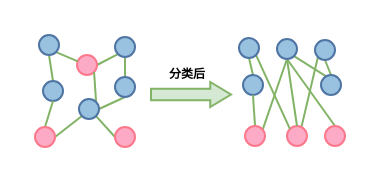
Before: 节点分类任务.drawio in zbyuser/-, a draw.io diagram. Source tidied: cells renumbered, new cells numbered last; positions are measured from the earlier drawing's top-left corner, leaving out a move shared by most shapes. Both pictures are drawn from the tidied source at 200%, with x=0, y=0 at pixel (34, 34).
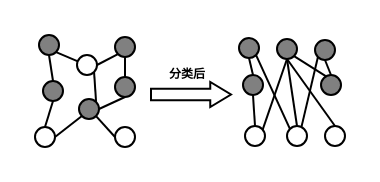
Above is the later version.

Commit message:
更新节点分类任务.drawio

The edit, as a diff of the source:
```diff
@@
-    <mxCell id="2" style="rounded=0;jettySize=auto;html=1;exitX=0.5;exitY=0;exitDx=0;exitDy=0;entryX=0.5;entryY=1;entryDx=0;entryDy=0;endArrow=none;startFill=0;strokeWidth=1;strokeColor=#82B366;" parent="1" edge="1" source="3" target="18">
+    <mxCell id="2" style="rounded=0;jettySize=auto;html=1;exitX=0.5;exitY=0;exitDx=0;exitDy=0;entryX=0.5;entryY=1;entryDx=0;entryDy=0;endArrow=none;startFill=0;strokeWidth=1;strokeColor=#000000;" parent="1" edge="1" source="3" target="18">
       <mxGeometry relative="1" as="geometry" />
     </mxCell>
-    <mxCell id="3" style="ellipse;whiteSpace=wrap;html=1;fillColor=#99C2E0;fontColor=#ffffff;strokeColor=#4F75A4;" parent="1" vertex="1">
+    <mxCell id="3" style="ellipse;whiteSpace=wrap;html=1;fillColor=#808080;fontColor=#ffffff;strokeColor=#000000;" parent="1" vertex="1">
       <mxGeometry x="4" y="23" width="10" height="10" as="geometry" />
     </mxCell>
-    <mxCell id="4" style="rounded=0;jettySize=auto;html=1;exitX=1;exitY=0.5;exitDx=0;exitDy=0;entryX=0;entryY=1;entryDx=0;entryDy=0;endArrow=none;startFill=0;strokeWidth=1;strokeColor=#82B366;" parent="1" edge="1" source="6" target="14">
+    <mxCell id="4" style="rounded=0;jettySize=auto;html=1;exitX=1;exitY=0.5;exitDx=0;exitDy=0;entryX=0;entryY=1;entryDx=0;entryDy=0;endArrow=none;startFill=0;strokeWidth=1;strokeColor=#000000;" parent="1" edge="1" source="6" target="14">
       <mxGeometry relative="1" as="geometry" />
     </mxCell>
-    <mxCell id="5" style="rounded=0;jettySize=auto;html=1;exitX=0.5;exitY=0;exitDx=0;exitDy=0;entryX=0.5;entryY=1;entryDx=0;entryDy=0;endArrow=none;startFill=0;strokeWidth=1;strokeColor=#82B366;" parent="1" edge="1" source="6" target="3">
+    <mxCell id="5" style="rounded=0;jettySize=auto;html=1;exitX=0.5;exitY=0;exitDx=0;exitDy=0;entryX=0.5;entryY=1;entryDx=0;entryDy=0;endArrow=none;startFill=0;strokeWidth=1;strokeColor=#000000;" parent="1" edge="1" source="6" target="3">
       <mxGeometry relative="1" as="geometry" />
     </mxCell>
-    <mxCell id="6" style="ellipse;whiteSpace=wrap;html=1;fillColor=#FCAAC5;fontColor=#ffffff;strokeColor=#FC798C;" parent="1" vertex="1">
+    <mxCell id="6" style="ellipse;whiteSpace=wrap;html=1;fillColor=#FFFFFF;fontColor=#ffffff;strokeColor=#000000;" parent="1" vertex="1">
       <mxGeometry y="46" width="10" height="10" as="geometry" />
     </mxCell>
-    <mxCell id="7" style="rounded=0;jettySize=auto;html=1;exitX=0;exitY=1;exitDx=0;exitDy=0;entryX=1;entryY=0.5;entryDx=0;entryDy=0;endArrow=none;startFill=0;strokeWidth=1;strokeColor=#82B366;" parent="1" edge="1" source="9" target="10">
+    <mxCell id="7" style="rounded=0;jettySize=auto;html=1;exitX=0;exitY=1;exitDx=0;exitDy=0;entryX=1;entryY=0.5;entryDx=0;entryDy=0;endArrow=none;startFill=0;strokeWidth=1;strokeColor=#000000;" parent="1" edge="1" source="9" target="10">
       <mxGeometry relative="1" as="geometry" />
     </mxCell>
-    <mxCell id="8" style="rounded=0;jettySize=auto;html=1;exitX=0.5;exitY=1;exitDx=0;exitDy=0;entryX=0.5;entryY=0;entryDx=0;entryDy=0;endArrow=none;startFill=0;strokeWidth=1;strokeColor=#82B366;" parent="1" edge="1" source="9" target="15">
+    <mxCell id="8" style="rounded=0;jettySize=auto;html=1;exitX=0.5;exitY=1;exitDx=0;exitDy=0;entryX=0.5;entryY=0;entryDx=0;entryDy=0;endArrow=none;startFill=0;strokeWidth=1;strokeColor=#000000;" parent="1" edge="1" source="9" target="15">
       <mxGeometry relative="1" as="geometry" />
     </mxCell>
-    <mxCell id="9" style="ellipse;whiteSpace=wrap;html=1;fillColor=#99C2E0;fontColor=#ffffff;strokeColor=#4F75A4;" parent="1" vertex="1">
+    <mxCell id="9" style="ellipse;whiteSpace=wrap;html=1;fillColor=#808080;fontColor=#ffffff;strokeColor=#000000;" parent="1" vertex="1">
       <mxGeometry x="40" y="1" width="10" height="10" as="geometry" />
     </mxCell>
-    <mxCell id="10" style="ellipse;whiteSpace=wrap;html=1;fillColor=#FCAAC5;fontColor=#ffffff;strokeColor=#FC798C;" parent="1" vertex="1">
+    <mxCell id="10" style="ellipse;whiteSpace=wrap;html=1;fillColor=#FFFFFF;fontColor=#ffffff;strokeColor=#000000;" parent="1" vertex="1">
       <mxGeometry x="21" y="10" width="10" height="10" as="geometry" />
     </mxCell>
-    <mxCell id="11" style="rounded=0;jettySize=auto;html=1;exitX=1;exitY=0;exitDx=0;exitDy=0;entryX=1;entryY=1;entryDx=0;entryDy=0;endArrow=none;startFill=0;strokeWidth=1;strokeColor=#82B366;" parent="1" edge="1" source="14" target="10">
+    <mxCell id="11" style="rounded=0;jettySize=auto;html=1;exitX=1;exitY=0;exitDx=0;exitDy=0;entryX=1;entryY=1;entryDx=0;entryDy=0;endArrow=none;startFill=0;strokeWidth=1;strokeColor=#000000;" parent="1" edge="1" source="14" target="10">
       <mxGeometry relative="1" as="geometry" />
     </mxCell>
-    <mxCell id="12" style="rounded=0;jettySize=auto;html=1;exitX=1;exitY=0.5;exitDx=0;exitDy=0;entryX=0.5;entryY=1;entryDx=0;entryDy=0;endArrow=none;startFill=0;strokeWidth=1;strokeColor=#82B366;" parent="1" edge="1" source="14" target="15">
+    <mxCell id="12" style="rounded=0;jettySize=auto;html=1;exitX=1;exitY=0.5;exitDx=0;exitDy=0;entryX=0.5;entryY=1;entryDx=0;entryDy=0;endArrow=none;startFill=0;strokeWidth=1;strokeColor=#000000;" parent="1" edge="1" source="14" target="15">
       <mxGeometry relative="1" as="geometry" />
     </mxCell>
-    <mxCell id="13" style="rounded=0;jettySize=auto;html=1;exitX=1;exitY=1;exitDx=0;exitDy=0;entryX=0;entryY=0.5;entryDx=0;entryDy=0;endArrow=none;startFill=0;strokeWidth=1;strokeColor=#82B366;" parent="1" edge="1" source="14" target="16">
+    <mxCell id="13" style="rounded=0;jettySize=auto;html=1;exitX=1;exitY=1;exitDx=0;exitDy=0;entryX=0;entryY=0.5;entryDx=0;entryDy=0;endArrow=none;startFill=0;strokeWidth=1;strokeColor=#000000;" parent="1" edge="1" source="14" target="16">
       <mxGeometry relative="1" as="geometry" />
     </mxCell>
-    <mxCell id="14" style="ellipse;whiteSpace=wrap;html=1;fillColor=#99C2E0;fontColor=#ffffff;strokeColor=#4F75A4;" parent="1" vertex="1">
+    <mxCell id="14" style="ellipse;whiteSpace=wrap;html=1;fillColor=#808080;fontColor=#ffffff;strokeColor=#000000;" parent="1" vertex="1">
       <mxGeometry x="22" y="32" width="10" height="10" as="geometry" />
     </mxCell>
-    <mxCell id="15" style="ellipse;whiteSpace=wrap;html=1;fillColor=#99C2E0;fontColor=#ffffff;strokeColor=#4F75A4;" parent="1" vertex="1">
+    <mxCell id="15" style="ellipse;whiteSpace=wrap;html=1;fillColor=#808080;fontColor=#ffffff;strokeColor=#000000;" parent="1" vertex="1">
       <mxGeometry x="40" y="21" width="10" height="10" as="geometry" />
     </mxCell>
-    <mxCell id="16" style="ellipse;whiteSpace=wrap;html=1;fillColor=#FCAAC5;fontColor=#ffffff;strokeColor=#FC798C;" parent="1" vertex="1">
+    <mxCell id="16" style="ellipse;whiteSpace=wrap;html=1;fillColor=#FFFFFF;fontColor=#ffffff;strokeColor=#000000;" parent="1" vertex="1">
       <mxGeometry x="40" y="46" width="10" height="10" as="geometry" />
     </mxCell>
-    <mxCell id="17" style="rounded=0;jettySize=auto;html=1;exitX=1;exitY=1;exitDx=0;exitDy=0;endArrow=none;startFill=0;strokeWidth=1;strokeColor=#82B366;entryX=0.045;entryY=0.32;entryDx=0;entryDy=0;entryPerimeter=0;" parent="1" edge="1" source="18" target="10">
+    <mxCell id="17" style="rounded=0;jettySize=auto;html=1;exitX=1;exitY=1;exitDx=0;exitDy=0;endArrow=none;startFill=0;strokeWidth=1;strokeColor=#000000;entryX=0.045;entryY=0.32;entryDx=0;entryDy=0;entryPerimeter=0;" parent="1" edge="1" source="18" target="10">
       <mxGeometry relative="1" as="geometry" />
     </mxCell>
-    <mxCell id="18" style="ellipse;whiteSpace=wrap;html=1;fillColor=#99C2E0;fontColor=#ffffff;strokeColor=#4F75A4;" parent="1" vertex="1">
+    <mxCell id="18" style="ellipse;whiteSpace=wrap;html=1;fillColor=#808080;fontColor=#ffffff;strokeColor=#000000;" parent="1" vertex="1">
       <mxGeometry x="2" width="10" height="10" as="geometry" />
     </mxCell>
-    <mxCell id="19" style="rounded=0;jettySize=auto;html=1;exitX=0.5;exitY=0;exitDx=0;exitDy=0;entryX=0.5;entryY=1;entryDx=0;entryDy=0;endArrow=none;startFill=0;strokeWidth=1;strokeColor=#82B366;" parent="1" edge="1" source="20" target="35">
+    <mxCell id="19" style="rounded=0;jettySize=auto;html=1;exitX=0.5;exitY=0;exitDx=0;exitDy=0;entryX=0.5;entryY=1;entryDx=0;entryDy=0;endArrow=none;startFill=0;strokeWidth=1;strokeColor=#000000;" parent="1" edge="1" source="20" target="35">
       <mxGeometry relative="1" as="geometry" />
     </mxCell>
-    <mxCell id="20" style="ellipse;whiteSpace=wrap;html=1;fillColor=#99C2E0;fontColor=#ffffff;strokeColor=#4F75A4;" parent="1" vertex="1">
+    <mxCell id="20" style="ellipse;whiteSpace=wrap;html=1;fillColor=#808080;fontColor=#ffffff;strokeColor=#000000;" parent="1" vertex="1">
       <mxGeometry x="104" y="20" width="10" height="10" as="geometry" />
     </mxCell>
-    <mxCell id="21" style="rounded=0;jettySize=auto;html=1;exitX=0.871;exitY=0.217;exitDx=0;exitDy=0;entryX=0.5;entryY=1;entryDx=0;entryDy=0;endArrow=none;startFill=0;strokeWidth=1;strokeColor=#82B366;exitPerimeter=0;" parent="1" edge="1" source="23" target="31">
+    <mxCell id="21" style="rounded=0;jettySize=auto;html=1;exitX=0.871;exitY=0.217;exitDx=0;exitDy=0;entryX=0.5;entryY=1;entryDx=0;entryDy=0;endArrow=none;startFill=0;strokeWidth=1;strokeColor=#000000;exitPerimeter=0;" parent="1" edge="1" source="23" target="31">
       <mxGeometry relative="1" as="geometry" />
     </mxCell>
-    <mxCell id="22" style="rounded=0;jettySize=auto;html=1;exitX=0.5;exitY=0;exitDx=0;exitDy=0;entryX=0.5;entryY=1;entryDx=0;entryDy=0;endArrow=none;startFill=0;strokeWidth=1;strokeColor=#82B366;" parent="1" edge="1" source="23" target="20">
+    <mxCell id="22" style="rounded=0;jettySize=auto;html=1;exitX=0.5;exitY=0;exitDx=0;exitDy=0;entryX=0.5;entryY=1;entryDx=0;entryDy=0;endArrow=none;startFill=0;strokeWidth=1;strokeColor=#000000;" parent="1" edge="1" source="23" target="20">
       <mxGeometry relative="1" as="geometry" />
     </mxCell>
-    <mxCell id="23" style="ellipse;whiteSpace=wrap;html=1;fillColor=#FCAAC5;fontColor=#ffffff;strokeColor=#FC798C;" parent="1" vertex="1">
+    <mxCell id="23" style="ellipse;whiteSpace=wrap;html=1;fillColor=#FFFFFF;fontColor=#ffffff;strokeColor=#000000;" parent="1" vertex="1">
       <mxGeometry x="105" y="45.5" width="10" height="10" as="geometry" />
     </mxCell>
-    <mxCell id="24" style="rounded=0;jettySize=auto;html=1;exitX=0;exitY=1;exitDx=0;exitDy=0;entryX=0.727;entryY=0.032;entryDx=0;entryDy=0;endArrow=none;startFill=0;strokeWidth=1;entryPerimeter=0;strokeColor=#82B366;" parent="1" edge="1" source="26" target="27">
+    <mxCell id="24" style="rounded=0;jettySize=auto;html=1;exitX=0;exitY=1;exitDx=0;exitDy=0;entryX=0.727;entryY=0.032;entryDx=0;entryDy=0;endArrow=none;startFill=0;strokeWidth=1;entryPerimeter=0;strokeColor=#000000;" parent="1" edge="1" source="26" target="27">
       <mxGeometry relative="1" as="geometry" />
     </mxCell>
-    <mxCell id="25" style="rounded=0;jettySize=auto;html=1;exitX=0.5;exitY=1;exitDx=0;exitDy=0;entryX=0.5;entryY=0;entryDx=0;entryDy=0;endArrow=none;startFill=0;strokeWidth=1;strokeColor=#82B366;" parent="1" edge="1" source="26" target="32">
+    <mxCell id="25" style="rounded=0;jettySize=auto;html=1;exitX=0.5;exitY=1;exitDx=0;exitDy=0;entryX=0.5;entryY=0;entryDx=0;entryDy=0;endArrow=none;startFill=0;strokeWidth=1;strokeColor=#000000;" parent="1" edge="1" source="26" target="32">
       <mxGeometry relative="1" as="geometry" />
     </mxCell>
-    <mxCell id="26" style="ellipse;whiteSpace=wrap;html=1;fillColor=#99C2E0;fontColor=#ffffff;strokeColor=#4F75A4;" parent="1" vertex="1">
+    <mxCell id="26" style="ellipse;whiteSpace=wrap;html=1;fillColor=#808080;fontColor=#ffffff;strokeColor=#000000;" parent="1" vertex="1">
       <mxGeometry x="140" y="2.5" width="10" height="10" as="geometry" />
     </mxCell>
-    <mxCell id="27" style="ellipse;whiteSpace=wrap;html=1;fillColor=#FCAAC5;fontColor=#ffffff;strokeColor=#FC798C;" parent="1" vertex="1">
+    <mxCell id="27" style="ellipse;whiteSpace=wrap;html=1;fillColor=#FFFFFF;fontColor=#ffffff;strokeColor=#000000;" parent="1" vertex="1">
       <mxGeometry x="126" y="45.5" width="10" height="10" as="geometry" />
     </mxCell>
-    <mxCell id="28" style="rounded=0;jettySize=auto;html=1;exitX=0.5;exitY=1;exitDx=0;exitDy=0;entryX=0.5;entryY=0;entryDx=0;entryDy=0;endArrow=none;startFill=0;strokeWidth=1;strokeColor=#82B366;" parent="1" edge="1" source="31" target="27">
+    <mxCell id="28" style="rounded=0;jettySize=auto;html=1;exitX=0.5;exitY=1;exitDx=0;exitDy=0;entryX=0.5;entryY=0;entryDx=0;entryDy=0;endArrow=none;startFill=0;strokeWidth=1;strokeColor=#000000;" parent="1" edge="1" source="31" target="27">
       <mxGeometry relative="1" as="geometry" />
     </mxCell>
-    <mxCell id="29" style="rounded=0;jettySize=auto;html=1;exitX=1;exitY=1;exitDx=0;exitDy=0;entryX=0.237;entryY=0.055;entryDx=0;entryDy=0;endArrow=none;startFill=0;strokeWidth=1;entryPerimeter=0;strokeColor=#82B366;" parent="1" edge="1" source="31" target="32">
+    <mxCell id="29" style="rounded=0;jettySize=auto;html=1;exitX=1;exitY=1;exitDx=0;exitDy=0;entryX=0.237;entryY=0.055;entryDx=0;entryDy=0;endArrow=none;startFill=0;strokeWidth=1;entryPerimeter=0;strokeColor=#000000;" parent="1" edge="1" source="31" target="32">
       <mxGeometry relative="1" as="geometry" />
     </mxCell>
-    <mxCell id="30" style="rounded=0;jettySize=auto;html=1;exitX=0.5;exitY=1;exitDx=0;exitDy=0;entryX=0.5;entryY=0;entryDx=0;entryDy=0;endArrow=none;startFill=0;strokeWidth=1;strokeColor=#82B366;" parent="1" edge="1" source="31" target="33">
+    <mxCell id="30" style="rounded=0;jettySize=auto;html=1;exitX=0.5;exitY=1;exitDx=0;exitDy=0;entryX=0.5;entryY=0;entryDx=0;entryDy=0;endArrow=none;startFill=0;strokeWidth=1;strokeColor=#000000;" parent="1" edge="1" source="31" target="33">
       <mxGeometry relative="1" as="geometry" />
     </mxCell>
-    <mxCell id="31" style="ellipse;whiteSpace=wrap;html=1;fillColor=#99C2E0;fontColor=#ffffff;strokeColor=#4F75A4;" parent="1" vertex="1">
+    <mxCell id="31" style="ellipse;whiteSpace=wrap;html=1;fillColor=#808080;fontColor=#ffffff;strokeColor=#000000;" parent="1" vertex="1">
       <mxGeometry x="121" y="2" width="10" height="10" as="geometry" />
     </mxCell>
-    <mxCell id="32" style="ellipse;whiteSpace=wrap;html=1;fillColor=#99C2E0;fontColor=#ffffff;strokeColor=#4F75A4;" parent="1" vertex="1">
+    <mxCell id="32" style="ellipse;whiteSpace=wrap;html=1;fillColor=#808080;fontColor=#ffffff;strokeColor=#000000;" parent="1" vertex="1">
       <mxGeometry x="143" y="20" width="10" height="10" as="geometry" />
     </mxCell>
-    <mxCell id="33" style="ellipse;whiteSpace=wrap;html=1;fillColor=#FCAAC5;fontColor=#ffffff;strokeColor=#FC798C;" parent="1" vertex="1">
+    <mxCell id="33" style="ellipse;whiteSpace=wrap;html=1;fillColor=#FFFFFF;fontColor=#ffffff;strokeColor=#000000;" parent="1" vertex="1">
       <mxGeometry x="145" y="45.5" width="10" height="10" as="geometry" />
     </mxCell>
-    <mxCell id="34" style="rounded=0;jettySize=auto;html=1;exitX=1;exitY=1;exitDx=0;exitDy=0;entryX=0;entryY=0;entryDx=0;entryDy=0;endArrow=none;startFill=0;strokeWidth=1;strokeColor=#82B366;" parent="1" edge="1" source="35" target="27">
+    <mxCell id="34" style="rounded=0;jettySize=auto;html=1;exitX=1;exitY=1;exitDx=0;exitDy=0;entryX=0;entryY=0;entryDx=0;entryDy=0;endArrow=none;startFill=0;strokeWidth=1;strokeColor=#000000;" parent="1" edge="1" source="35" target="27">
       <mxGeometry relative="1" as="geometry" />
     </mxCell>
-    <mxCell id="35" style="ellipse;whiteSpace=wrap;html=1;fillColor=#99C2E0;fontColor=#ffffff;strokeColor=#4F75A4;" parent="1" vertex="1">
+    <mxCell id="35" style="ellipse;whiteSpace=wrap;html=1;fillColor=#808080;fontColor=#ffffff;strokeColor=#000000;" parent="1" vertex="1">
       <mxGeometry x="102" y="1.5" width="10" height="10" as="geometry" />
     </mxCell>
-    <mxCell id="36" style="html=1;shadow=0;dashed=0;align=center;verticalAlign=middle;shape=mxgraph.arrows2.arrow;dy=0.54;dx=10.37;notch=0;fillColor=#d5e8d4;strokeColor=#82b366;" parent="1" vertex="1">
+    <mxCell id="36" style="html=1;shadow=0;dashed=0;align=center;verticalAlign=middle;shape=mxgraph.arrows2.arrow;dy=0.54;dx=10.37;notch=0;fillColor=#FFFFFF;strokeColor=#000000;" parent="1" vertex="1">
       <mxGeometry x="58" y="23.5" width="40" height="12.5" as="geometry" />
     </mxCell>
```
